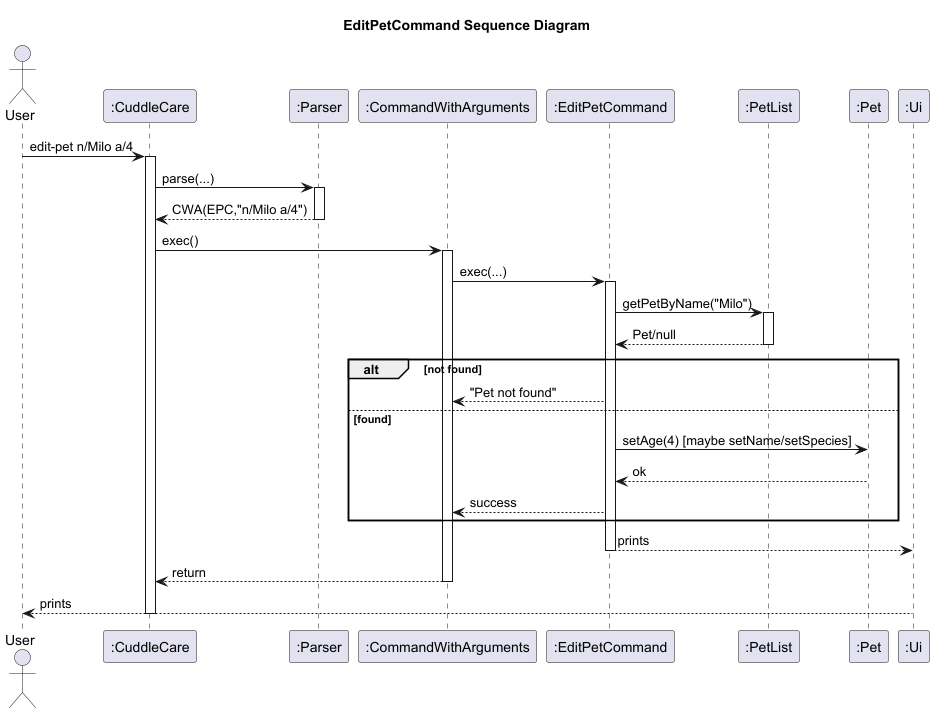
Kevin88866/tp keeps this PlantUML diagram as docs/diagrams/EditPetCommand_Sequence_Diagram.png. Above is the earlier version.
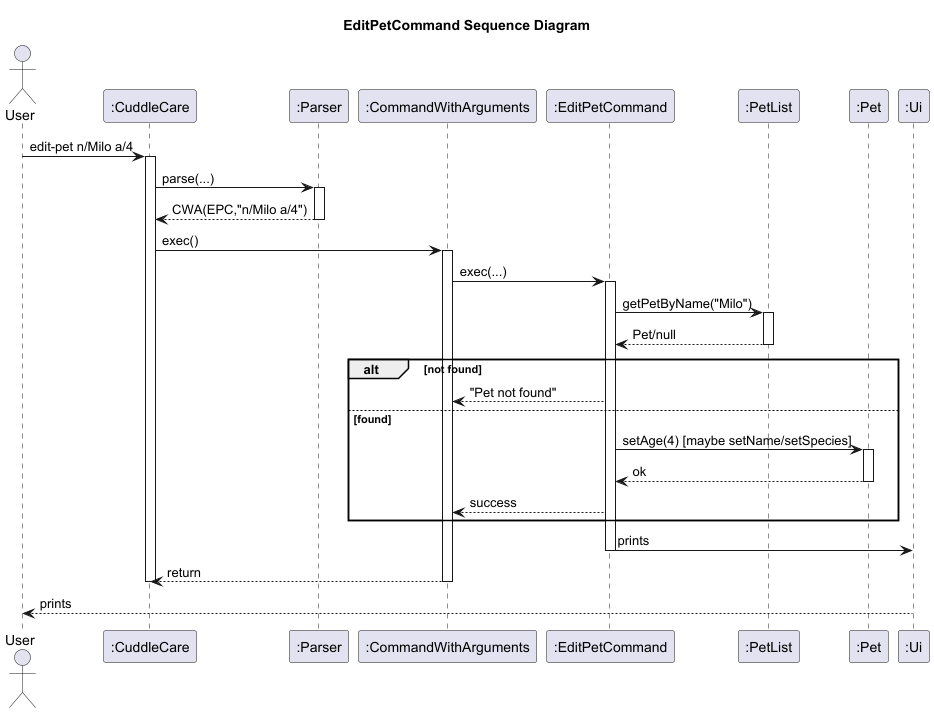
The same file after the commit.

The edit, as a diff of the source:
```diff
@@ -29,13 +29,16 @@
   EPC --> CWA : "Pet not found"
 else found
   EPC -> Pet : setAge(4) [maybe setName/setSpecies]
+  activate Pet
   Pet --> EPC : ok
+  deactivate Pet
   EPC --> CWA : success
 end
-  EPC --> Ui : prints
+  EPC -> Ui : prints
 deactivate EPC
 CWA --> CuddleCare : return
 deactivate CWA
+deactivate CuddleCare
 Ui --> User : prints
-deactivate CuddleCare
+
 @enduml
```
